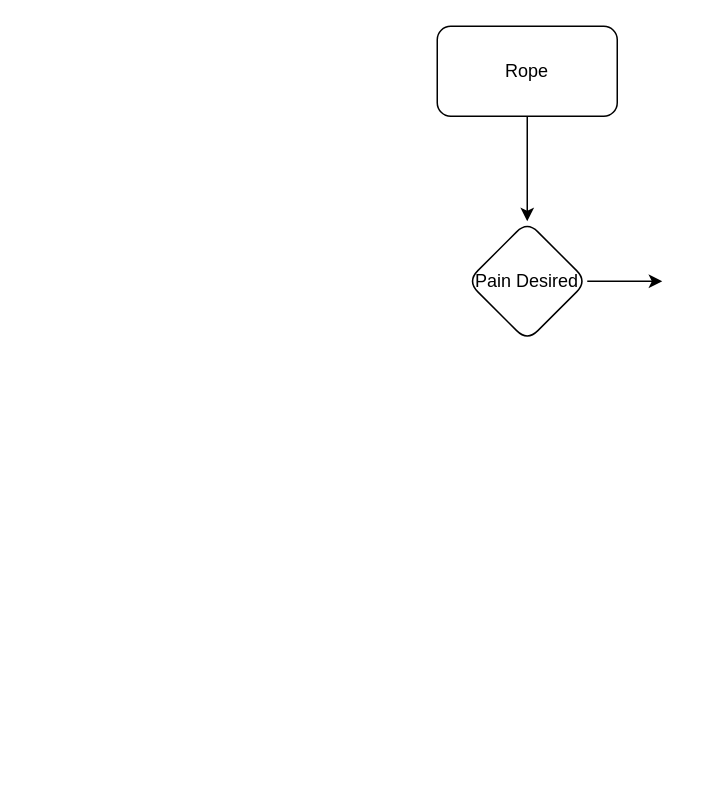
The draw.io diagram brainstorming/Rope Questions.drawio in bravegrumpy/khavtov, before the edit. Source tidied: cells renumbered, new cells numbered last; positions are measured from the earlier drawing's top-left corner, leaving out a move shared by most shapes. Both pictures are drawn from the tidied source at 150%, with x=0, y=0 at pixel (436, 26).
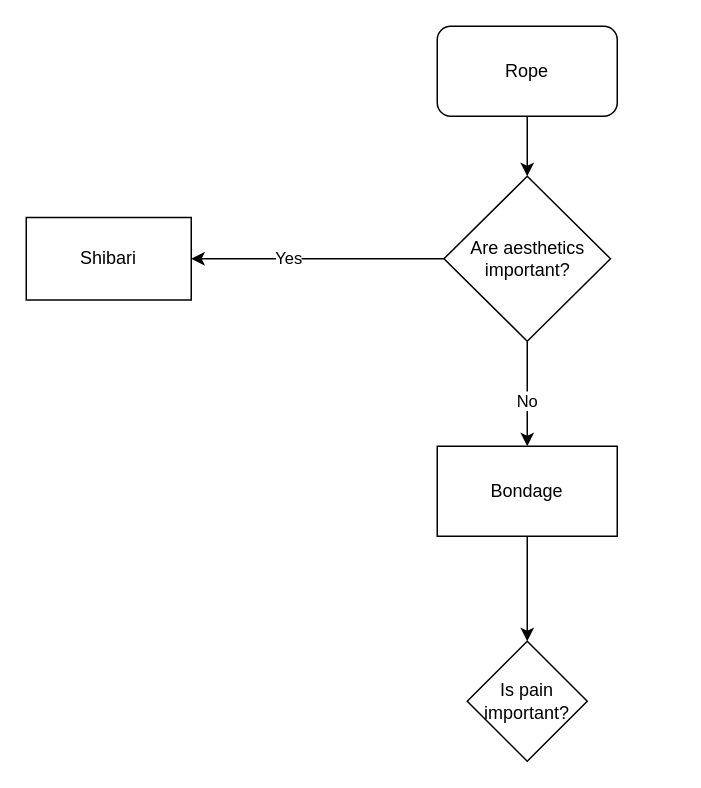
Above is the later version.

What changed in the source:
```diff
@@
 <mxGraphModel>
   <root>
     <mxCell id="0" />
     <mxCell id="1" parent="0" />
-    <mxCell id="2" style="edgeStyle=orthogonalEdgeStyle;rounded=0;jettySize=auto;html=1;" parent="1" edge="1" source="3" target="5">
-      <mxGeometry relative="1" as="geometry" />
-    </mxCell>
+    <mxCell id="6" style="edgeStyle=orthogonalEdgeStyle;rounded=0;jettySize=auto;html=1;entryX=0.5;entryY=0;entryDx=0;entryDy=0;" parent="1" edge="1" source="3" target="9">
+      <mxGeometry relative="1" as="geometry" />
+    </mxCell>
     <mxCell id="3" value="Rope" style="rounded=1;whiteSpace=wrap;html=1;" parent="1" vertex="1">
       <mxGeometry width="120" height="60" as="geometry" />
     </mxCell>
-    <mxCell id="4" style="edgeStyle=orthogonalEdgeStyle;rounded=0;jettySize=auto;html=1;exitX=1;exitY=0.5;exitDx=0;exitDy=0;exitPerimeter=0;" parent="1" edge="1" source="5">
-      <mxGeometry relative="1" as="geometry">
-        <mxPoint x="150" y="170" as="targetPoint" />
-      </mxGeometry>
-    </mxCell>
-    <mxCell id="5" value="Pain Desired" style="rhombus;whiteSpace=wrap;html=1;rounded=1;" parent="1" vertex="1">
-      <mxGeometry x="20" y="130" width="80" height="80" as="geometry" />
-    </mxCell>
+    <mxCell id="7" value="Yes" style="edgeStyle=orthogonalEdgeStyle;rounded=0;jettySize=auto;html=1;exitX=0;exitY=0.5;exitDx=0;exitDy=0;entryX=1;entryY=0.5;entryDx=0;entryDy=0;" parent="1" edge="1" source="9" target="10">
+      <mxGeometry x="0.24" relative="1" as="geometry" />
+    </mxCell>
+    <mxCell id="8" value="No" style="edgeStyle=orthogonalEdgeStyle;rounded=0;jettySize=auto;html=1;exitX=0.5;exitY=1;exitDx=0;exitDy=0;entryX=0.5;entryY=0;entryDx=0;entryDy=0;" parent="1" edge="1" source="9" target="12">
+      <mxGeometry x="0.14" relative="1" as="geometry" />
+    </mxCell>
+    <mxCell id="9" value="Are aesthetics important?" style="rhombus;whiteSpace=wrap;html=1;" parent="1" vertex="1">
+      <mxGeometry x="4.5" y="100" width="111" height="110" as="geometry" />
+    </mxCell>
+    <mxCell id="10" value="Shibari" style="rounded=1;whiteSpace=wrap;html=1;arcSize=0;" parent="1" vertex="1">
+      <mxGeometry x="-274" y="127.5" width="110" height="55" as="geometry" />
+    </mxCell>
+    <mxCell id="11" style="edgeStyle=orthogonalEdgeStyle;rounded=0;jettySize=auto;html=1;" parent="1" edge="1" source="12" target="13">
+      <mxGeometry relative="1" as="geometry" />
+    </mxCell>
+    <mxCell id="12" value="Bondage" style="rounded=0;whiteSpace=wrap;html=1;" parent="1" vertex="1">
+      <mxGeometry y="280" width="120" height="60" as="geometry" />
+    </mxCell>
+    <mxCell id="13" value="Is pain important?" style="rhombus;whiteSpace=wrap;html=1;rounded=0;" parent="1" vertex="1">
+      <mxGeometry x="20" y="410" width="80" height="80" as="geometry" />
+    </mxCell>
   </root>
 </mxGraphModel>
```
